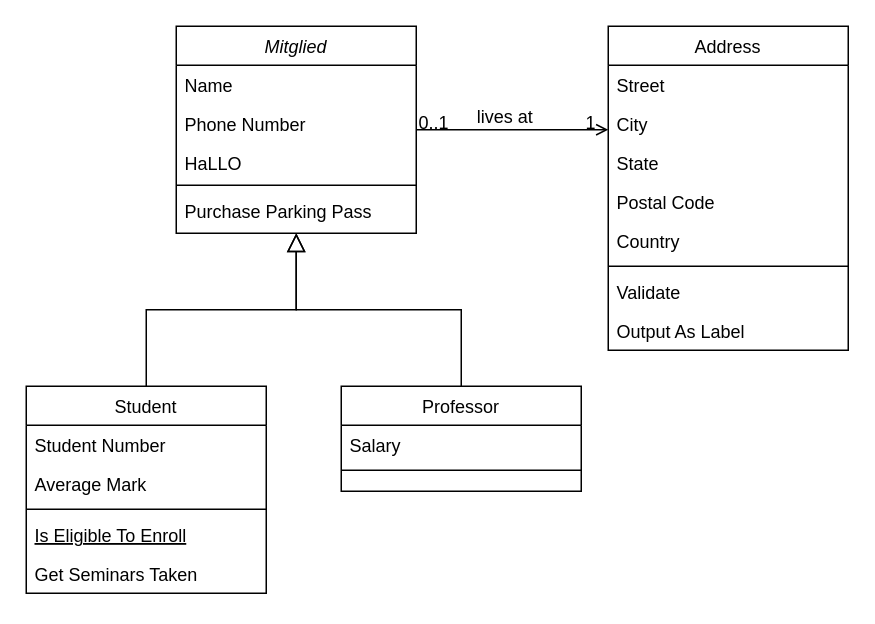
The draw.io diagram Unbenanntes Diagramm.drawio in SueleymanOezel/Denissov_Bertram_Oezel_GDW_WA2223, before the edit. Source tidied: cells renumbered, new cells numbered last; positions are measured from the earlier drawing's top-left corner, leaving out a move shared by most shapes. Both pictures are drawn from the tidied source at 150%, with x=0, y=0 at pixel (26, 26).
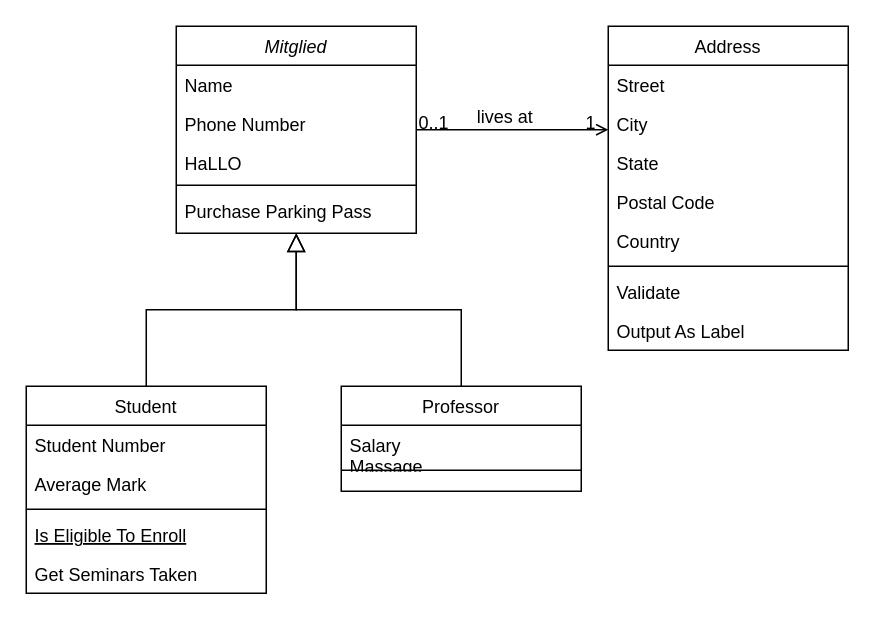
After the change.

The change refers to these unchanged cells:
```xml
<mxCell id="15" value="Professor" style="swimlane;fontStyle=0;align=center;verticalAlign=top;horizontal=1;startSize=26;rounded=0;shadow=0;strokeWidth=1;" parent="1" vertex="1">
  <mxGeometry x="210" y="240" width="160" height="70" as="geometry" />
</mxCell>
```

Diff of the diagram source:
```diff
@@
-    <mxCell id="16" value="Salary" style="text;align=left;verticalAlign=top;spacingLeft=4;spacingRight=4;overflow=hidden;" parent="15" vertex="1">
+    <mxCell id="16" value="Salary&#10;Massage" style="text;align=left;verticalAlign=top;spacingLeft=4;spacingRight=4;overflow=hidden;" parent="15" vertex="1">
       <mxGeometry y="26" width="160" height="26" as="geometry" />
     </mxCell>
```
